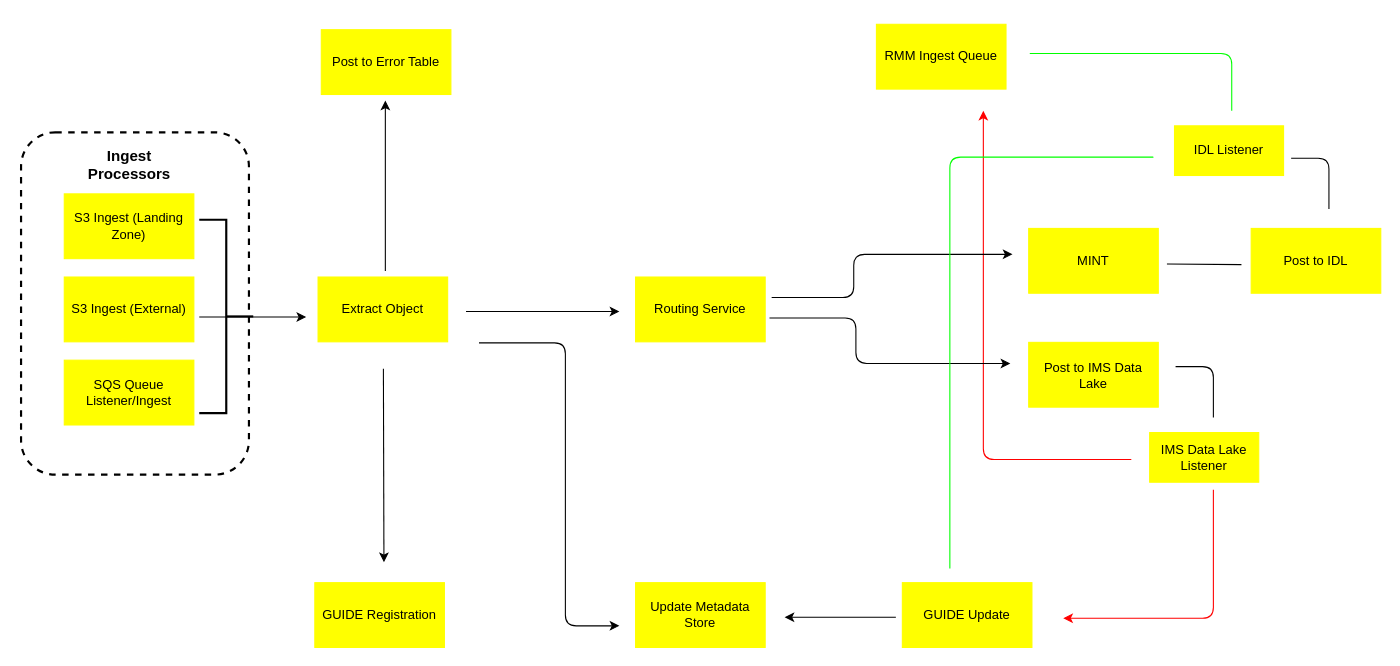
Before: Drawings/Eva 2.0 NIFI Processor.drawio in flare891/rmslow, a draw.io diagram. Source tidied: cells renumbered, new cells numbered last; positions are measured from the earlier drawing's top-left corner, leaving out a move shared by most shapes. Both pictures are drawn from the tidied source at 108%, with x=0, y=0 at pixel (21, 24).
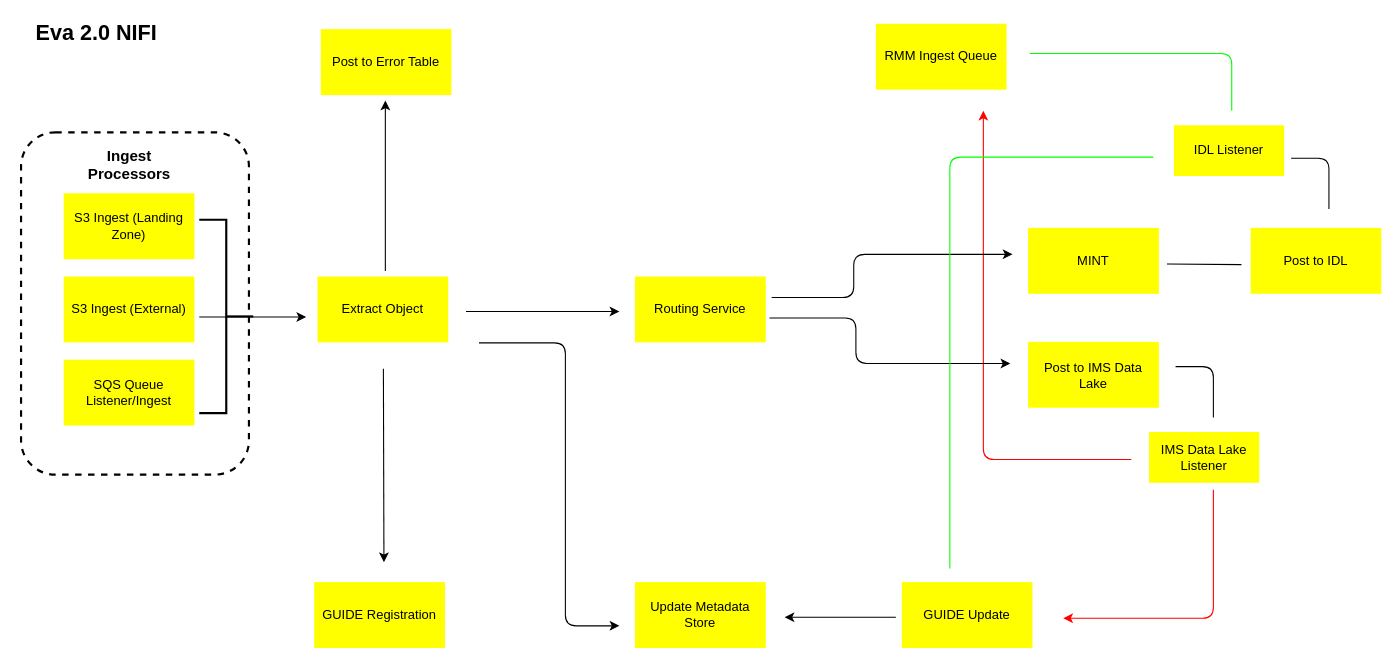
The same diagram, later.

The edit, as a diff of the source:
```diff
@@
+    <mxCell id="35" value="Eva 2.0 NIFI" style="text;html=1;strokeColor=none;fillColor=none;align=center;verticalAlign=middle;whiteSpace=wrap;rounded=0;fontSize=20;fontStyle=1;" parent="1" vertex="1">
+      <mxGeometry x="-2" y="-3" width="144" height="20" as="geometry" />
+    </mxCell>
```
